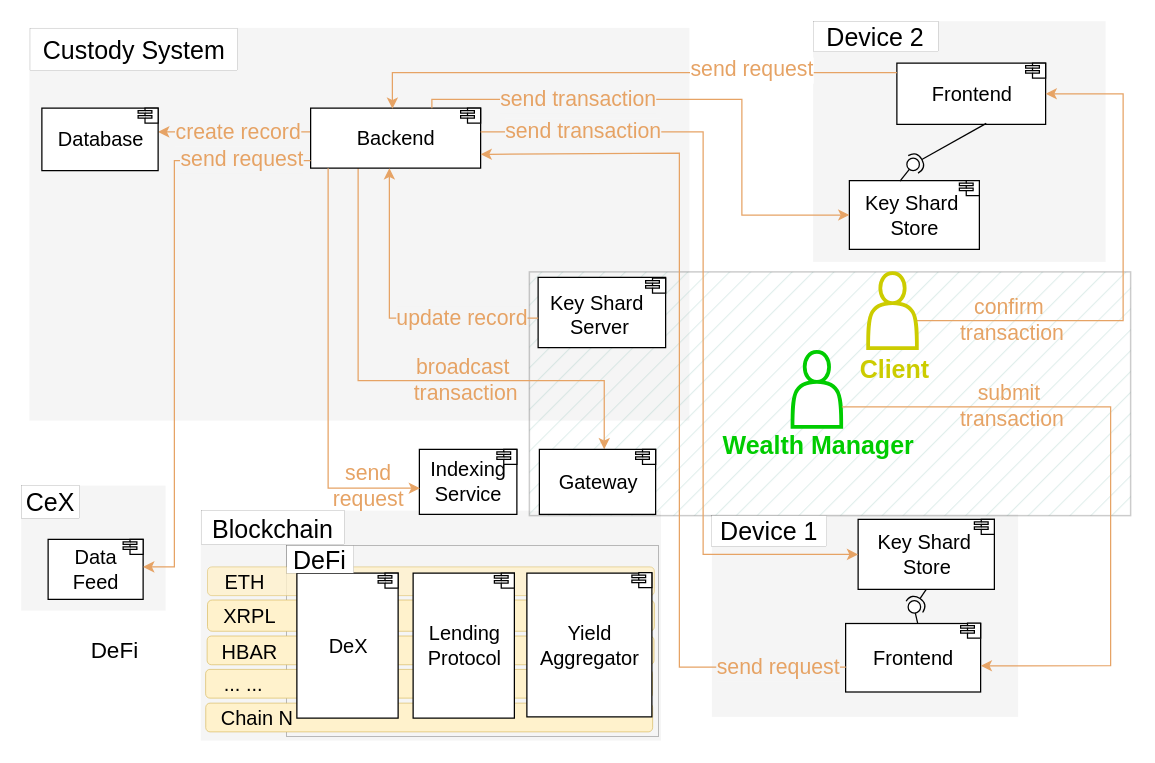
Before: page "architecture" (2 of 13) of drawio-diagrams/wallet_architecture.drawio in dlt-science/crypto-mpc-wallet-bloom, a draw.io diagram. Source tidied: cells renumbered, new cells numbered last; positions are measured from the earlier drawing's top-left corner, leaving out a move shared by most shapes. Both pictures are drawn from the tidied source at 125%, with x=0, y=0 at pixel (20, 21).
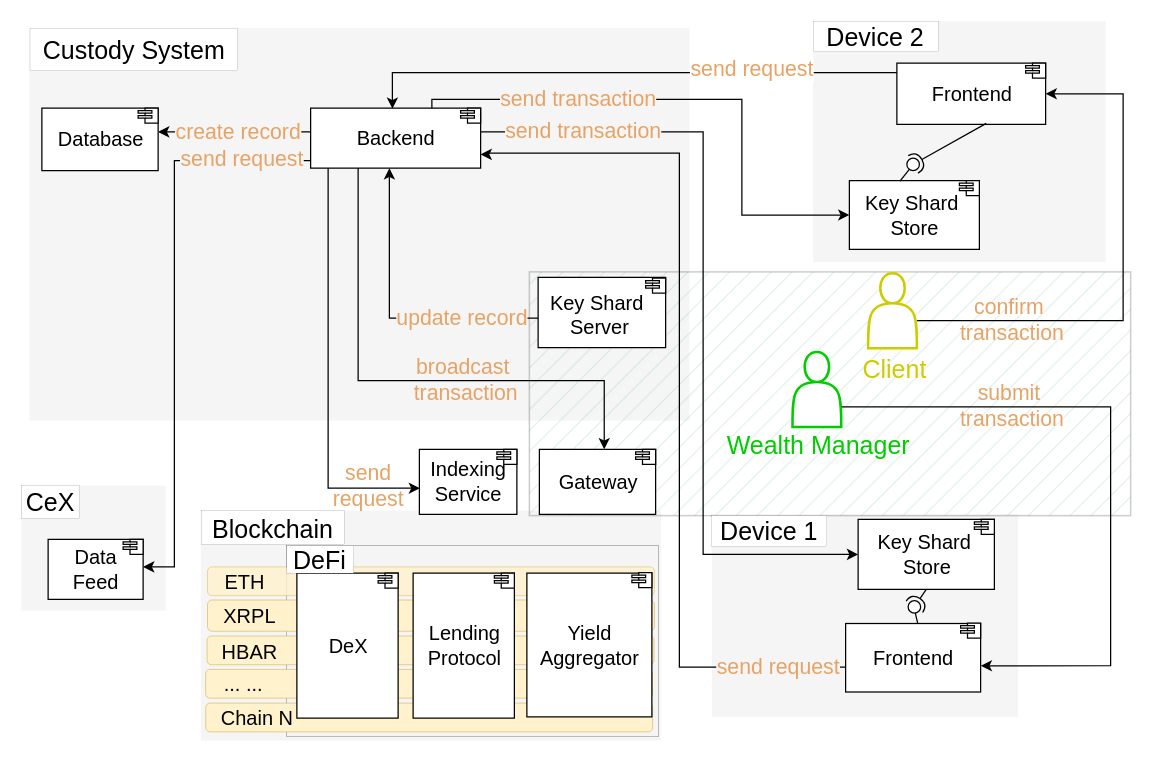
After the change.

The change refers to these unchanged cells:
```xml
<mxCell id="11" value="&lt;font style=&quot;font-size: 16px;&quot;&gt;Backend&lt;/font&gt;" style="html=1;align=center;verticalAlign=middle;dashed=0;" parent="1" vertex="1">
  <mxGeometry x="232" y="69" width="136" height="48" as="geometry" />
</mxCell>
<mxCell id="14" value="&lt;font style=&quot;font-size: 16px;&quot;&gt;Indexing&lt;br&gt;Service&lt;/font&gt;" style="html=1;align=center;verticalAlign=middle;dashed=0;" parent="1" vertex="1">
  <mxGeometry x="319" y="342" width="78" height="52" as="geometry" />
</mxCell>
<mxCell id="15" value="&lt;font style=&quot;font-size: 16px;&quot;&gt;Gateway&lt;/font&gt;" style="html=1;align=center;verticalAlign=middle;dashed=0;" parent="1" vertex="1">
  <mxGeometry x="415" y="342" width="93" height="52" as="geometry" />
</mxCell>
<mxCell id="17" value="&lt;font style=&quot;font-size: 16px;&quot;&gt;Key Shard&amp;nbsp;&lt;/font&gt;&lt;div&gt;&lt;span style=&quot;background-color: initial;&quot;&gt;&lt;font style=&quot;font-size: 16px;&quot;&gt;Store&lt;/font&gt;&lt;/span&gt;&lt;/div&gt;" style="html=1;align=center;verticalAlign=middle;dashed=0;strokeColor=#000000;" parent="1" vertex="1">
  <mxGeometry x="663" y="127" width="104" height="55" as="geometry" />
</mxCell>
<mxCell id="18" value="&lt;font style=&quot;font-size: 16px;&quot;&gt;Key Shard&amp;nbsp;&lt;/font&gt;&lt;div&gt;&lt;span style=&quot;background-color: initial;&quot;&gt;&lt;font style=&quot;font-size: 16px;&quot;&gt;Store&lt;/font&gt;&lt;/span&gt;&lt;/div&gt;" style="html=1;align=center;verticalAlign=middle;dashed=0;" parent="1" vertex="1">
  <mxGeometry x="670" y="398" width="109" height="56" as="geometry" />
</mxCell>
<mxCell id="19" value="&lt;font style=&quot;font-size: 16px;&quot;&gt;Frontend&lt;/font&gt;" style="html=1;align=center;verticalAlign=middle;dashed=0;strokeColor=#000000;" parent="1" vertex="1">
  <mxGeometry x="701" y="33" width="119" height="49" as="geometry" />
</mxCell>
<mxCell id="20" value="&lt;font style=&quot;font-size: 16px;&quot;&gt;Frontend&lt;/font&gt;" style="html=1;align=center;verticalAlign=middle;dashed=0;" parent="1" vertex="1">
  <mxGeometry x="660" y="481.3" width="108" height="54.8" as="geometry" />
</mxCell>
```

The edit, as a diff of the source:
```diff
@@
-    <mxCell id="9" style="edgeStyle=orthogonalEdgeStyle;rounded=0;jettySize=auto;html=1;exitX=0.391;exitY=0.983;exitDx=0;exitDy=0;entryX=0.558;entryY=0;entryDx=0;entryDy=0;entryPerimeter=0;exitPerimeter=0;strokeColor=#E6A365;" parent="1" edge="1" source="11" target="15">
+    <mxCell id="9" style="edgeStyle=orthogonalEdgeStyle;rounded=0;jettySize=auto;html=1;exitX=0.391;exitY=0.983;exitDx=0;exitDy=0;entryX=0.558;entryY=0;entryDx=0;entryDy=0;entryPerimeter=0;exitPerimeter=0;strokeColor=#000000;" parent="1" edge="1" source="11" target="15">
       <mxGeometry relative="1" as="geometry">
         <Array as="points">
           <mxPoint x="270" y="116" />
           <mxPoint x="270" y="287" />
           <mxPoint x="467" y="287" />
           <mxPoint x="467" y="342" />
         </Array>
       </mxGeometry>
     </mxCell>
-    <mxCell id="10" style="edgeStyle=orthogonalEdgeStyle;rounded=0;orthogonalLoop=1;jettySize=auto;html=1;exitX=0;exitY=0.5;exitDx=0;exitDy=0;entryX=1;entryY=0.5;entryDx=0;entryDy=0;strokeColor=#E6A365;" parent="1" edge="1">
+    <mxCell id="10" style="edgeStyle=orthogonalEdgeStyle;rounded=0;orthogonalLoop=1;jettySize=auto;html=1;exitX=0;exitY=0.5;exitDx=0;exitDy=0;entryX=1;entryY=0.5;entryDx=0;entryDy=0;strokeColor=#000000;" parent="1" edge="1">
       <mxGeometry relative="1" as="geometry">
         <mxPoint x="232" y="87" as="sourcePoint" />
         <mxPoint x="110" y="88" as="targetPoint" />
         <Array as="points">
           <mxPoint x="232" y="88" />
           <mxPoint x="171" y="88" />
         </Array>
       </mxGeometry>
     </mxCell>
@@
-    <mxCell id="16" value="&lt;b&gt;&lt;font color=&quot;#00cc00&quot; style=&quot;font-size: 20px;&quot;&gt;Wealth&amp;nbsp;&lt;/font&gt;&lt;span style=&quot;font-size: 20px; color: rgb(0, 204, 0); background-color: initial;&quot;&gt;Manager&lt;/span&gt;&lt;/b&gt;" style="text;html=1;align=center;verticalAlign=middle;strokeColor=none;fillColor=none;labelBackgroundColor=none;" parent="1" vertex="1">
-      <mxGeometry x="552" y="320" width="171" height="36" as="geometry" />
+    <mxCell id="16" value="&lt;font color=&quot;#00cc00&quot; style=&quot;font-size: 20px;&quot;&gt;Wealth&amp;nbsp;&lt;/font&gt;&lt;span style=&quot;font-size: 20px; color: rgb(0, 204, 0); background-color: initial;&quot;&gt;Manager&lt;/span&gt;" style="text;html=1;align=center;verticalAlign=middle;strokeColor=none;fillColor=none;labelBackgroundColor=none;" parent="1" vertex="1">
+      <mxGeometry x="556" y="320" width="164" height="36" as="geometry" />
     </mxCell>
@@
-    <mxCell id="21" style="edgeStyle=orthogonalEdgeStyle;rounded=0;jettySize=auto;html=1;entryX=1;entryY=0.5;entryDx=0;entryDy=0;strokeColor=#E6A365;" parent="1" edge="1" source="23" target="19">
+    <mxCell id="21" style="edgeStyle=orthogonalEdgeStyle;rounded=0;jettySize=auto;html=1;entryX=1;entryY=0.5;entryDx=0;entryDy=0;strokeColor=#000000;" parent="1" edge="1" source="23" target="19">
       <mxGeometry relative="1" as="geometry">
         <Array as="points">
           <mxPoint x="882" y="239" />
           <mxPoint x="882" y="57" />
         </Array>
       </mxGeometry>
     </mxCell>
@@
-    <mxCell id="23" style="shape=actor;whiteSpace=wrap;html=1;strokeWidth=3;strokeColor=#CCCC00;" parent="1" vertex="1">
+    <mxCell id="23" style="shape=actor;whiteSpace=wrap;html=1;strokeWidth=2;strokeColor=#CCCC00;" parent="1" vertex="1">
       <mxGeometry x="678" y="201" width="39" height="60" as="geometry" />
     </mxCell>
-    <mxCell id="24" style="shape=actor;whiteSpace=wrap;html=1;strokeWidth=3;strokeColor=#00CC00;" parent="1" vertex="1">
+    <mxCell id="24" style="shape=actor;whiteSpace=wrap;html=1;strokeWidth=2;strokeColor=#00CC00;" parent="1" vertex="1">
       <mxGeometry x="617.5" y="264" width="39" height="60" as="geometry" />
     </mxCell>
-    <mxCell id="25" style="edgeStyle=orthogonalEdgeStyle;rounded=0;jettySize=auto;html=1;entryX=1.001;entryY=0.617;entryDx=0;entryDy=0;entryPerimeter=0;strokeColor=#E6A365;" parent="1" edge="1" target="20">
+    <mxCell id="25" style="edgeStyle=orthogonalEdgeStyle;rounded=0;jettySize=auto;html=1;entryX=1.001;entryY=0.617;entryDx=0;entryDy=0;entryPerimeter=0;strokeColor=#000000;" parent="1" edge="1" target="20">
       <mxGeometry relative="1" as="geometry">
         <mxPoint x="657" y="308" as="sourcePoint" />
         <Array as="points">
           <mxPoint x="657" y="308" />
           <mxPoint x="872" y="308" />
           <mxPoint x="872" y="515" />
         </Array>
       </mxGeometry>
     </mxCell>
@@
-    <mxCell id="33" style="edgeStyle=orthogonalEdgeStyle;rounded=0;jettySize=auto;html=1;exitX=0;exitY=0.5;exitDx=0;exitDy=0;startArrow=classic;startFill=1;endArrow=none;endFill=0;strokeColor=#E6A365;" parent="1" edge="1" source="17">
+    <mxCell id="33" style="edgeStyle=orthogonalEdgeStyle;rounded=0;jettySize=auto;html=1;exitX=0;exitY=0.5;exitDx=0;exitDy=0;startArrow=classic;startFill=1;endArrow=none;endFill=0;strokeColor=#000000;" parent="1" edge="1" source="17">
       <mxGeometry relative="1" as="geometry">
         <mxPoint x="329" y="69" as="targetPoint" />
         <Array as="points">
           <mxPoint x="577" y="155" />
           <mxPoint x="577" y="62" />
           <mxPoint x="329" y="62" />
           <mxPoint x="329" y="69" />
         </Array>
       </mxGeometry>
     </mxCell>
@@
-    <mxCell id="38" style="edgeStyle=orthogonalEdgeStyle;rounded=0;orthogonalLoop=1;jettySize=auto;html=1;strokeColor=#E6A365;" parent="1" edge="1">
+    <mxCell id="38" style="edgeStyle=orthogonalEdgeStyle;rounded=0;orthogonalLoop=1;jettySize=auto;html=1;strokeColor=#000000;" parent="1" edge="1">
       <mxGeometry relative="1" as="geometry">
         <mxPoint x="414" y="237" as="sourcePoint" />
         <mxPoint x="295" y="117" as="targetPoint" />
         <Array as="points">
           <mxPoint x="414" y="237" />
           <mxPoint x="295" y="237" />
         </Array>
       </mxGeometry>
     </mxCell>
@@
-    <mxCell id="40" value="&lt;font style=&quot;&quot;&gt;&lt;font color=&quot;#cccc00&quot; style=&quot;font-size: 20px;&quot;&gt;&lt;b style=&quot;&quot;&gt;Client&lt;/b&gt;&lt;/font&gt;&lt;br&gt;&lt;/font&gt;" style="text;html=1;align=center;verticalAlign=middle;strokeColor=none;fillColor=none;labelBackgroundColor=none;" parent="1" vertex="1">
-      <mxGeometry x="661.5" y="259" width="74" height="36" as="geometry" />
+    <mxCell id="40" value="&lt;font style=&quot;&quot;&gt;&lt;font color=&quot;#cccc00&quot; style=&quot;font-size: 20px;&quot;&gt;Client&lt;/font&gt;&lt;br&gt;&lt;/font&gt;" style="text;html=1;align=center;verticalAlign=middle;strokeColor=none;fillColor=none;labelBackgroundColor=none;" parent="1" vertex="1">
+      <mxGeometry x="664.5" y="259" width="69" height="36" as="geometry" />
     </mxCell>
@@
-    <mxCell id="48" style="edgeStyle=orthogonalEdgeStyle;rounded=0;jettySize=auto;html=1;entryX=0.481;entryY=0.01;entryDx=0;entryDy=0;entryPerimeter=0;exitX=0;exitY=0.156;exitDx=0;exitDy=0;exitPerimeter=0;strokeColor=#E6A365;" parent="1" edge="1" source="19" target="11">
+    <mxCell id="48" style="edgeStyle=orthogonalEdgeStyle;rounded=0;jettySize=auto;html=1;entryX=0.481;entryY=0.01;entryDx=0;entryDy=0;entryPerimeter=0;exitX=0;exitY=0.156;exitDx=0;exitDy=0;exitPerimeter=0;strokeColor=#000000;" parent="1" edge="1" source="19" target="11">
       <mxGeometry relative="1" as="geometry">
         <Array as="points">
           <mxPoint x="297" y="41" />
           <mxPoint x="297" y="70" />
         </Array>
       </mxGeometry>
     </mxCell>
@@
-    <mxCell id="55" style="edgeStyle=orthogonalEdgeStyle;rounded=0;jettySize=auto;html=1;exitX=0.002;exitY=0.637;exitDx=0;exitDy=0;exitPerimeter=0;strokeColor=#E6A365;" parent="1" edge="1" source="20">
+    <mxCell id="55" style="edgeStyle=orthogonalEdgeStyle;rounded=0;jettySize=auto;html=1;exitX=0.002;exitY=0.637;exitDx=0;exitDy=0;exitPerimeter=0;strokeColor=#000000;" parent="1" edge="1" source="20">
       <mxGeometry relative="1" as="geometry">
         <mxPoint x="368" y="106" as="targetPoint" />
         <Array as="points">
           <mxPoint x="527" y="516" />
           <mxPoint x="527" y="105" />
-          <mxPoint x="368" y="105" />
+          <mxPoint x="372" y="105" />
+          <mxPoint x="372" y="106" />
         </Array>
       </mxGeometry>
     </mxCell>
@@
-    <mxCell id="57" style="edgeStyle=orthogonalEdgeStyle;rounded=0;jettySize=auto;html=1;exitX=0;exitY=0.5;exitDx=0;exitDy=0;startArrow=classic;startFill=1;endArrow=none;endFill=0;strokeColor=#E6A365;" parent="1" edge="1" source="18">
+    <mxCell id="57" style="edgeStyle=orthogonalEdgeStyle;rounded=0;jettySize=auto;html=1;exitX=0;exitY=0.5;exitDx=0;exitDy=0;startArrow=classic;startFill=1;endArrow=none;endFill=0;strokeColor=#000000;" parent="1" edge="1" source="18">
       <mxGeometry relative="1" as="geometry">
         <mxPoint x="368" y="88" as="targetPoint" />
         <Array as="points">
           <mxPoint x="546" y="426" />
           <mxPoint x="546" y="88" />
         </Array>
       </mxGeometry>
     </mxCell>
@@
-    <mxCell id="59" style="edgeStyle=orthogonalEdgeStyle;rounded=0;jettySize=auto;html=1;entryX=0.006;entryY=0.597;entryDx=0;entryDy=0;entryPerimeter=0;strokeColor=#E6A365;" parent="1" edge="1" target="14">
+    <mxCell id="59" style="edgeStyle=orthogonalEdgeStyle;rounded=0;jettySize=auto;html=1;entryX=0.006;entryY=0.597;entryDx=0;entryDy=0;entryPerimeter=0;strokeColor=#000000;" parent="1" edge="1" target="14">
       <mxGeometry relative="1" as="geometry">
         <mxPoint x="246" y="118" as="sourcePoint" />
         <Array as="points">
           <mxPoint x="246" y="117" />
           <mxPoint x="246" y="373" />
         </Array>
       </mxGeometry>
     </mxCell>
-    <mxCell id="60" style="edgeStyle=orthogonalEdgeStyle;rounded=0;orthogonalLoop=1;jettySize=auto;html=1;strokeColor=#E6A365;" parent="1" edge="1">
+    <mxCell id="60" style="edgeStyle=orthogonalEdgeStyle;rounded=0;orthogonalLoop=1;jettySize=auto;html=1;strokeColor=#000000;" parent="1" edge="1">
       <mxGeometry relative="1" as="geometry">
         <mxPoint x="232" y="111" as="sourcePoint" />
         <mxPoint x="98" y="436" as="targetPoint" />
         <Array as="points">
           <mxPoint x="123" y="111" />
           <mxPoint x="123" y="436" />
         </Array>
       </mxGeometry>
     </mxCell>
@@
-    <mxCell id="62" value="&lt;span style=&quot;font-size: 18px; text-align: left; text-wrap-mode: wrap;&quot;&gt;DeFi&lt;/span&gt;" style="text;html=1;align=center;verticalAlign=middle;strokeColor=none;fillColor=none;" parent="1" vertex="1">
-      <mxGeometry x="47" y="485.8" width="56" height="34" as="geometry" />
-    </mxCell>
```
